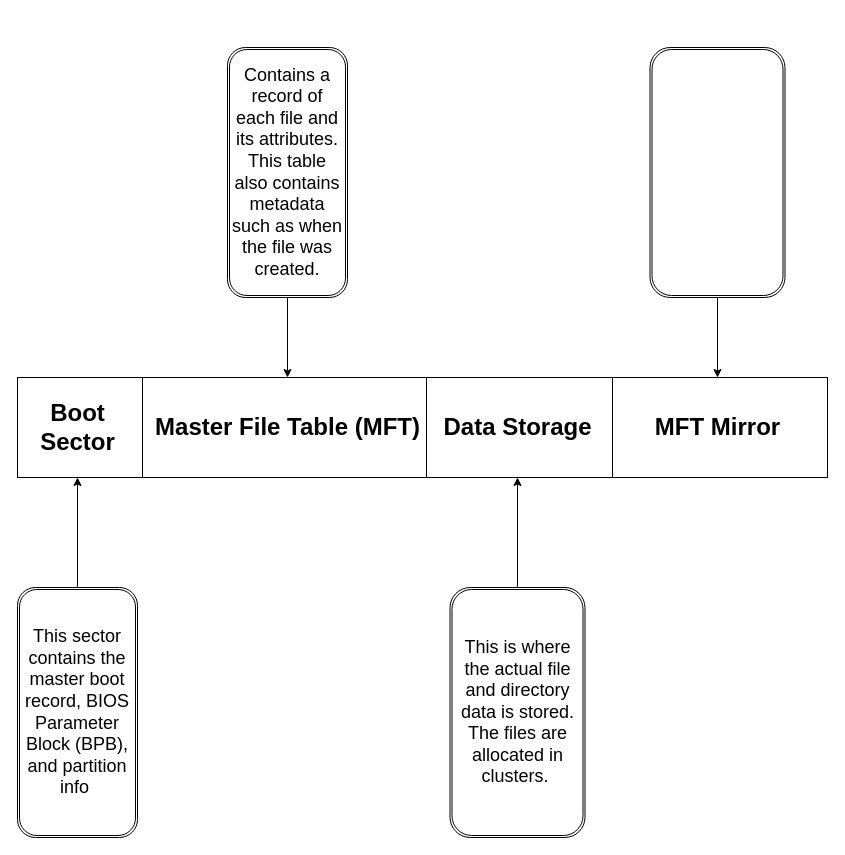
jxcarlat/NTFS_FAT_File_Structure keeps this draw.io diagram as NTFS_Architecture_Diagram.drawio. Above is the earlier version. Source tidied: cells renumbered, new cells numbered last; positions are measured from the earlier drawing's top-left corner, leaving out a move shared by most shapes. Both pictures are drawn from the tidied source at 100%, with x=0, y=0 at pixel (17, 47).
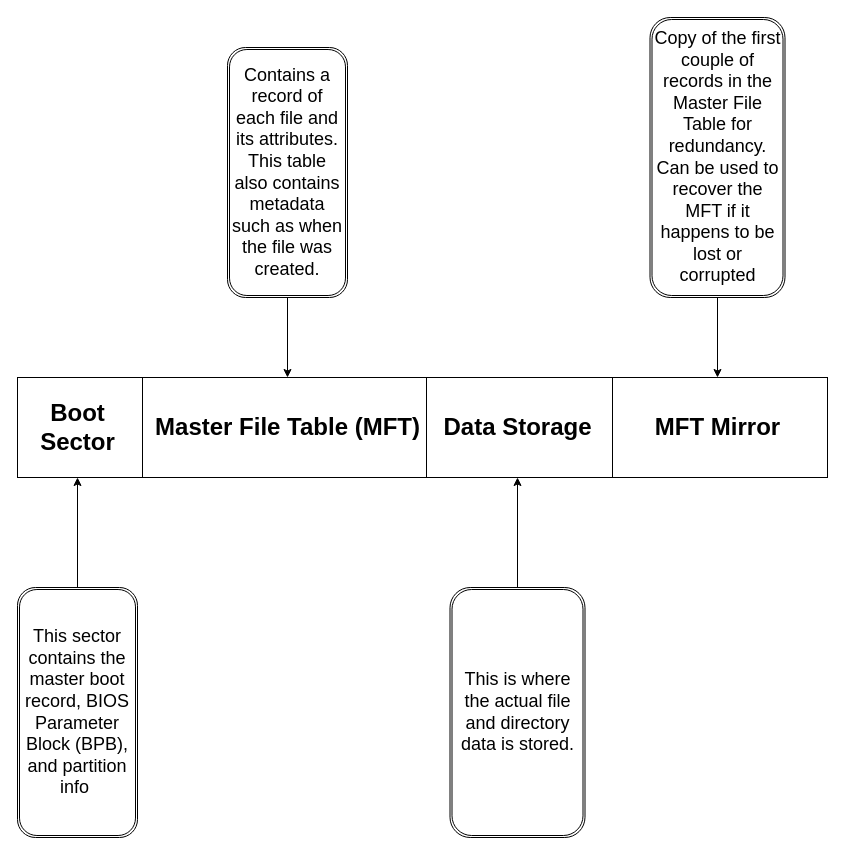
After the change.

What changed in the source:
```diff
@@
 <mxGraphModel>
   <root>
     <mxCell id="0" />
     <mxCell id="1" parent="0" />
     <mxCell id="2" style="rounded=0;whiteSpace=wrap;html=1;" parent="1" vertex="1">
       <mxGeometry y="330" width="810" height="100" as="geometry" />
     </mxCell>
     <mxCell id="3" value="Boot&lt;br&gt;Sector" style="text;strokeColor=none;fillColor=none;html=1;fontSize=24;fontStyle=1;verticalAlign=middle;align=center;" parent="1" vertex="1">
       <mxGeometry x="10" y="330" width="100" height="100" as="geometry" />
     </mxCell>
     <mxCell id="4" style="line;strokeWidth=1;direction=south;html=1;" parent="1" vertex="1">
       <mxGeometry x="404" y="330" width="10" height="100" as="geometry" />
     </mxCell>
     <mxCell id="5" style="line;strokeWidth=1;direction=south;html=1;" parent="1" vertex="1">
       <mxGeometry x="590" y="330" width="10" height="100" as="geometry" />
     </mxCell>
     <mxCell id="6" value="Master File Table (MFT)" style="text;strokeColor=none;fillColor=none;html=1;fontSize=24;fontStyle=1;verticalAlign=middle;align=center;" parent="1" vertex="1">
       <mxGeometry x="130" y="330" width="280" height="100" as="geometry" />
     </mxCell>
     <mxCell id="7" style="line;strokeWidth=1;direction=south;html=1;" parent="1" vertex="1">
       <mxGeometry x="120" y="330" width="10" height="100" as="geometry" />
     </mxCell>
     <mxCell id="8" value="Data Storage" style="text;strokeColor=none;fillColor=none;html=1;fontSize=24;fontStyle=1;verticalAlign=middle;align=center;" parent="1" vertex="1">
       <mxGeometry x="410" y="330" width="180" height="100" as="geometry" />
     </mxCell>
     <mxCell id="9" value="MFT Mirror" style="text;strokeColor=none;fillColor=none;html=1;fontSize=24;fontStyle=1;verticalAlign=middle;align=center;" parent="1" vertex="1">
       <mxGeometry x="590" y="330" width="220" height="100" as="geometry" />
     </mxCell>
     <mxCell id="10" style="edgeStyle=orthogonalEdgeStyle;rounded=0;jettySize=auto;html=1;entryX=0.5;entryY=1;entryDx=0;entryDy=0;" parent="1" edge="1" source="11" target="3">
       <mxGeometry relative="1" as="geometry" />
     </mxCell>
     <mxCell id="11" value="&lt;font style=&quot;font-size: 18px&quot;&gt;This sector contains the master boot record, BIOS Parameter Block (BPB), and partition info&amp;nbsp;&lt;/font&gt;" style="shape=ext;double=1;rounded=1;whiteSpace=wrap;html=1;strokeWidth=1;" parent="1" vertex="1">
       <mxGeometry y="540" width="120" height="250" as="geometry" />
     </mxCell>
     <mxCell id="12" style="edgeStyle=orthogonalEdgeStyle;rounded=0;jettySize=auto;html=1;entryX=0.5;entryY=0;entryDx=0;entryDy=0;" parent="1" edge="1" source="13" target="6">
       <mxGeometry relative="1" as="geometry" />
     </mxCell>
     <mxCell id="13" value="&lt;font style=&quot;font-size: 18px&quot;&gt;Contains a record of each file and its attributes. This table also contains metadata such as when the file was created.&lt;/font&gt;" style="shape=ext;double=1;rounded=1;whiteSpace=wrap;html=1;strokeWidth=1;" parent="1" vertex="1">
       <mxGeometry x="210" width="120" height="250" as="geometry" />
     </mxCell>
     <mxCell id="14" style="edgeStyle=orthogonalEdgeStyle;rounded=0;jettySize=auto;html=1;entryX=0.5;entryY=1;entryDx=0;entryDy=0;" parent="1" edge="1" source="15" target="8">
       <mxGeometry relative="1" as="geometry" />
     </mxCell>
-    <mxCell id="15" value="&lt;span style=&quot;font-size: 18px&quot;&gt;This is where the actual file and directory data is stored. The files are allocated in clusters.&amp;nbsp;&lt;/span&gt;" style="shape=ext;double=1;rounded=1;whiteSpace=wrap;html=1;strokeWidth=1;" parent="1" vertex="1">
+    <mxCell id="15" value="&lt;span style=&quot;font-size: 18px&quot;&gt;This is where the actual file and directory data is stored.&lt;/span&gt;" style="shape=ext;double=1;rounded=1;whiteSpace=wrap;html=1;strokeWidth=1;" parent="1" vertex="1">
       <mxGeometry x="432.5" y="540" width="135" height="250" as="geometry" />
     </mxCell>
     <mxCell id="16" style="edgeStyle=orthogonalEdgeStyle;rounded=0;jettySize=auto;html=1;entryX=0.5;entryY=0;entryDx=0;entryDy=0;" parent="1" edge="1" source="17" target="9">
       <mxGeometry relative="1" as="geometry" />
     </mxCell>
-    <mxCell id="17" style="shape=ext;double=1;rounded=1;whiteSpace=wrap;html=1;strokeWidth=1;" parent="1" vertex="1">
-      <mxGeometry x="632.5" width="135" height="250" as="geometry" />
+    <mxCell id="17" value="&lt;font style=&quot;font-size: 18px&quot;&gt;Copy of the first couple of records in the Master File Table for redundancy. Can be used to recover the MFT if it happens to be lost or corrupted&lt;/font&gt;" style="shape=ext;double=1;rounded=1;whiteSpace=wrap;html=1;strokeWidth=1;" parent="1" vertex="1">
+      <mxGeometry x="632.5" y="-30" width="135" height="280" as="geometry" />
     </mxCell>
   </root>
 </mxGraphModel>
```
